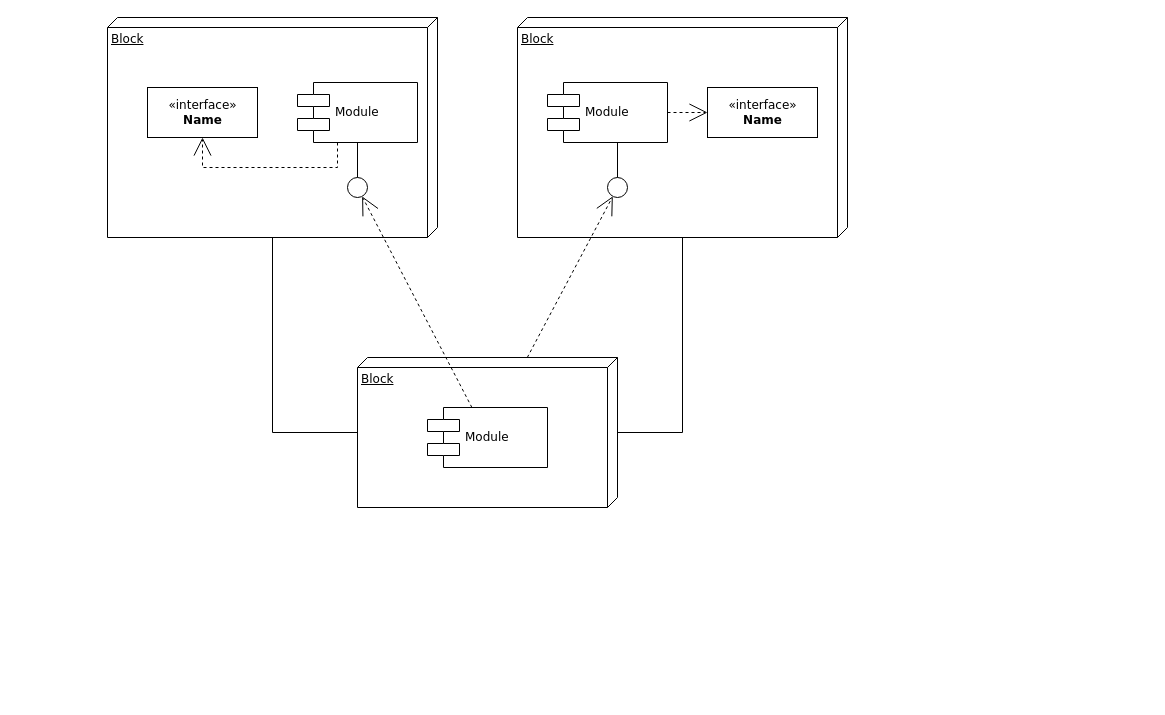
This is componentes.drawio from jcramonp/PRACTICA_1, a draw.io file, before an edit. Source tidied: cells renumbered, new cells numbered last; positions are measured from the earlier drawing's top-left corner, leaving out a move shared by most shapes. Both pictures are drawn from the tidied source at 100%, with x=0, y=0 at pixel (107, 17).
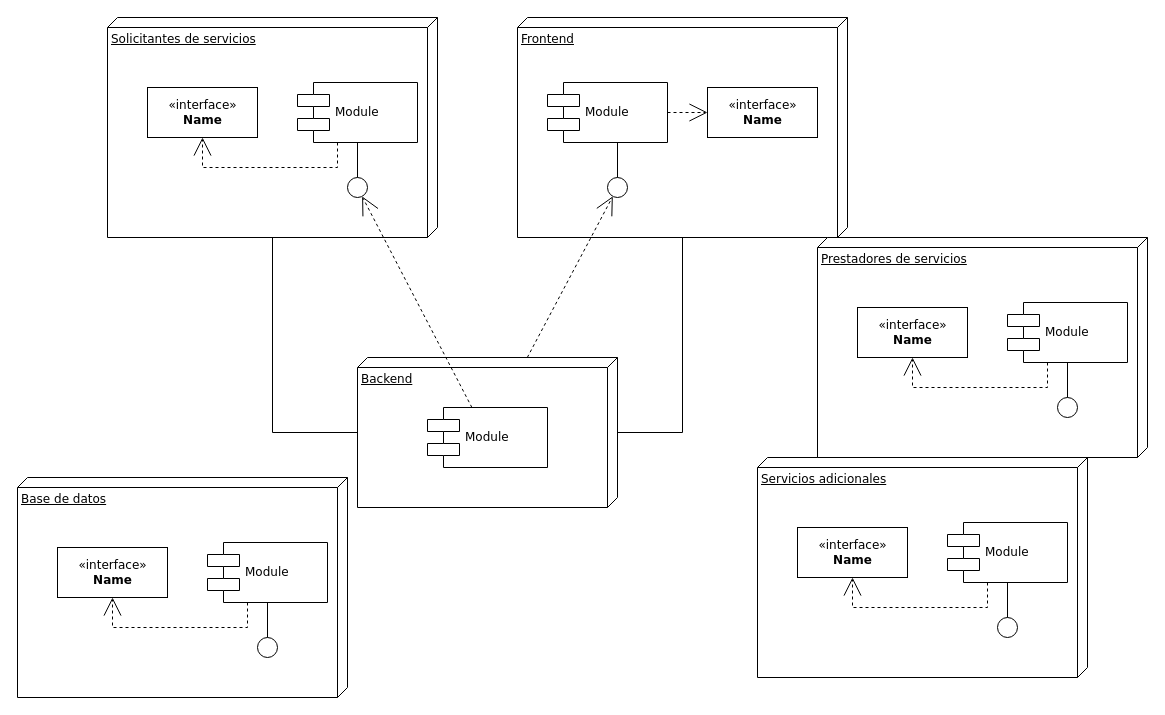
The same diagram, later.

Change to the diagram source:
```diff
@@
-    <mxCell id="2" value="Block" style="verticalAlign=top;align=left;spacingTop=8;spacingLeft=2;spacingRight=12;shape=cube;size=10;direction=south;fontStyle=4;html=1;rounded=0;shadow=0;comic=0;labelBackgroundColor=none;strokeWidth=1;fontFamily=Verdana;fontSize=12;" parent="1" vertex="1">
+    <mxCell id="2" value="Solicitantes de servicios" style="verticalAlign=top;align=left;spacingTop=8;spacingLeft=2;spacingRight=12;shape=cube;size=10;direction=south;fontStyle=4;html=1;rounded=0;shadow=0;comic=0;labelBackgroundColor=none;strokeWidth=1;fontFamily=Verdana;fontSize=12;" parent="1" vertex="1">
       <mxGeometry width="330" height="220" as="geometry" />
     </mxCell>
-    <mxCell id="3" value="Block" style="verticalAlign=top;align=left;spacingTop=8;spacingLeft=2;spacingRight=12;shape=cube;size=10;direction=south;fontStyle=4;html=1;rounded=0;shadow=0;comic=0;labelBackgroundColor=none;strokeWidth=1;fontFamily=Verdana;fontSize=12;" parent="1" vertex="1">
+    <mxCell id="3" value="Frontend" style="verticalAlign=top;align=left;spacingTop=8;spacingLeft=2;spacingRight=12;shape=cube;size=10;direction=south;fontStyle=4;html=1;rounded=0;shadow=0;comic=0;labelBackgroundColor=none;strokeWidth=1;fontFamily=Verdana;fontSize=12;" parent="1" vertex="1">
       <mxGeometry x="410" width="330" height="220" as="geometry" />
     </mxCell>
-    <mxCell id="4" value="Block" style="verticalAlign=top;align=left;spacingTop=8;spacingLeft=2;spacingRight=12;shape=cube;size=10;direction=south;fontStyle=4;html=1;rounded=0;shadow=0;comic=0;labelBackgroundColor=none;strokeWidth=1;fontFamily=Verdana;fontSize=12;" parent="1" vertex="1">
+    <mxCell id="4" value="Backend" style="verticalAlign=top;align=left;spacingTop=8;spacingLeft=2;spacingRight=12;shape=cube;size=10;direction=south;fontStyle=4;html=1;rounded=0;shadow=0;comic=0;labelBackgroundColor=none;strokeWidth=1;fontFamily=Verdana;fontSize=12;" parent="1" vertex="1">
       <mxGeometry x="250" y="340" width="260" height="150" as="geometry" />
     </mxCell>
@@
+    <mxCell id="20" value="Base de datos" style="verticalAlign=top;align=left;spacingTop=8;spacingLeft=2;spacingRight=12;shape=cube;size=10;direction=south;fontStyle=4;html=1;rounded=0;shadow=0;comic=0;labelBackgroundColor=none;strokeWidth=1;fontFamily=Verdana;fontSize=12;" parent="1" vertex="1">
+      <mxGeometry x="-90" y="460" width="330" height="220" as="geometry" />
+    </mxCell>
+    <mxCell id="21" value="&amp;laquo;interface&amp;raquo;&lt;br&gt;&lt;b&gt;Name&lt;/b&gt;" style="html=1;rounded=0;shadow=0;comic=0;labelBackgroundColor=none;strokeWidth=1;fontFamily=Verdana;fontSize=12;align=center;" parent="1" vertex="1">
+      <mxGeometry x="-50" y="530" width="110" height="50" as="geometry" />
+    </mxCell>
+    <mxCell id="22" value="Module" style="shape=component;align=left;spacingLeft=36;rounded=0;shadow=0;comic=0;labelBackgroundColor=none;strokeWidth=1;fontFamily=Verdana;fontSize=12;html=1;" parent="1" vertex="1">
+      <mxGeometry x="100" y="525" width="120" height="60" as="geometry" />
+    </mxCell>
+    <mxCell id="23" style="ellipse;whiteSpace=wrap;html=1;rounded=0;shadow=0;comic=0;labelBackgroundColor=none;strokeWidth=1;fontFamily=Verdana;fontSize=12;align=center;" parent="1" vertex="1">
+      <mxGeometry x="150" y="620" width="20" height="20" as="geometry" />
+    </mxCell>
+    <mxCell id="24" style="edgeStyle=elbowEdgeStyle;rounded=0;html=1;labelBackgroundColor=none;startArrow=none;startFill=0;startSize=8;endArrow=none;endFill=0;endSize=16;fontFamily=Verdana;fontSize=12;" parent="1" edge="1" source="23" target="22">
+      <mxGeometry relative="1" as="geometry" />
+    </mxCell>
+    <mxCell id="25" style="edgeStyle=orthogonalEdgeStyle;rounded=0;html=1;labelBackgroundColor=none;startArrow=none;startFill=0;startSize=8;endArrow=open;endFill=0;endSize=16;fontFamily=Verdana;fontSize=12;dashed=1;" parent="1" edge="1" source="22" target="21">
+      <mxGeometry relative="1" as="geometry">
+        <Array as="points">
+          <mxPoint x="140" y="610" />
+          <mxPoint x="5" y="610" />
+        </Array>
+      </mxGeometry>
+    </mxCell>
+    <mxCell id="26" value="Servicios adicionales" style="verticalAlign=top;align=left;spacingTop=8;spacingLeft=2;spacingRight=12;shape=cube;size=10;direction=south;fontStyle=4;html=1;rounded=0;shadow=0;comic=0;labelBackgroundColor=none;strokeWidth=1;fontFamily=Verdana;fontSize=12;" parent="1" vertex="1">
+      <mxGeometry x="650" y="440" width="330" height="220" as="geometry" />
+    </mxCell>
+    <mxCell id="27" value="&amp;laquo;interface&amp;raquo;&lt;br&gt;&lt;b&gt;Name&lt;/b&gt;" style="html=1;rounded=0;shadow=0;comic=0;labelBackgroundColor=none;strokeWidth=1;fontFamily=Verdana;fontSize=12;align=center;" parent="1" vertex="1">
+      <mxGeometry x="690" y="510" width="110" height="50" as="geometry" />
+    </mxCell>
+    <mxCell id="28" value="Module" style="shape=component;align=left;spacingLeft=36;rounded=0;shadow=0;comic=0;labelBackgroundColor=none;strokeWidth=1;fontFamily=Verdana;fontSize=12;html=1;" parent="1" vertex="1">
+      <mxGeometry x="840" y="505" width="120" height="60" as="geometry" />
+    </mxCell>
+    <mxCell id="29" style="ellipse;whiteSpace=wrap;html=1;rounded=0;shadow=0;comic=0;labelBackgroundColor=none;strokeWidth=1;fontFamily=Verdana;fontSize=12;align=center;" parent="1" vertex="1">
+      <mxGeometry x="890" y="600" width="20" height="20" as="geometry" />
+    </mxCell>
+    <mxCell id="30" style="edgeStyle=elbowEdgeStyle;rounded=0;html=1;labelBackgroundColor=none;startArrow=none;startFill=0;startSize=8;endArrow=none;endFill=0;endSize=16;fontFamily=Verdana;fontSize=12;" parent="1" edge="1" source="29" target="28">
+      <mxGeometry relative="1" as="geometry" />
+    </mxCell>
+    <mxCell id="31" style="edgeStyle=orthogonalEdgeStyle;rounded=0;html=1;labelBackgroundColor=none;startArrow=none;startFill=0;startSize=8;endArrow=open;endFill=0;endSize=16;fontFamily=Verdana;fontSize=12;dashed=1;" parent="1" edge="1" source="28" target="27">
+      <mxGeometry relative="1" as="geometry">
+        <Array as="points">
+          <mxPoint x="880" y="590" />
+          <mxPoint x="745" y="590" />
+        </Array>
+      </mxGeometry>
+    </mxCell>
+    <mxCell id="32" value="Prestadores de servicios" style="verticalAlign=top;align=left;spacingTop=8;spacingLeft=2;spacingRight=12;shape=cube;size=10;direction=south;fontStyle=4;html=1;rounded=0;shadow=0;comic=0;labelBackgroundColor=none;strokeWidth=1;fontFamily=Verdana;fontSize=12;" parent="1" vertex="1">
+      <mxGeometry x="710" y="220" width="330" height="220" as="geometry" />
+    </mxCell>
+    <mxCell id="33" value="&amp;laquo;interface&amp;raquo;&lt;br&gt;&lt;b&gt;Name&lt;/b&gt;" style="html=1;rounded=0;shadow=0;comic=0;labelBackgroundColor=none;strokeWidth=1;fontFamily=Verdana;fontSize=12;align=center;" parent="1" vertex="1">
+      <mxGeometry x="750" y="290" width="110" height="50" as="geometry" />
+    </mxCell>
+    <mxCell id="34" value="Module" style="shape=component;align=left;spacingLeft=36;rounded=0;shadow=0;comic=0;labelBackgroundColor=none;strokeWidth=1;fontFamily=Verdana;fontSize=12;html=1;" parent="1" vertex="1">
+      <mxGeometry x="900" y="285" width="120" height="60" as="geometry" />
+    </mxCell>
+    <mxCell id="35" style="ellipse;whiteSpace=wrap;html=1;rounded=0;shadow=0;comic=0;labelBackgroundColor=none;strokeWidth=1;fontFamily=Verdana;fontSize=12;align=center;" parent="1" vertex="1">
+      <mxGeometry x="950" y="380" width="20" height="20" as="geometry" />
+    </mxCell>
+    <mxCell id="36" style="edgeStyle=elbowEdgeStyle;rounded=0;html=1;labelBackgroundColor=none;startArrow=none;startFill=0;startSize=8;endArrow=none;endFill=0;endSize=16;fontFamily=Verdana;fontSize=12;" parent="1" edge="1" source="35" target="34">
+      <mxGeometry relative="1" as="geometry" />
+    </mxCell>
+    <mxCell id="37" style="edgeStyle=orthogonalEdgeStyle;rounded=0;html=1;labelBackgroundColor=none;startArrow=none;startFill=0;startSize=8;endArrow=open;endFill=0;endSize=16;fontFamily=Verdana;fontSize=12;dashed=1;" parent="1" edge="1" source="34" target="33">
+      <mxGeometry relative="1" as="geometry">
+        <Array as="points">
+          <mxPoint x="940" y="370" />
+          <mxPoint x="805" y="370" />
+        </Array>
+      </mxGeometry>
+    </mxCell>
```
